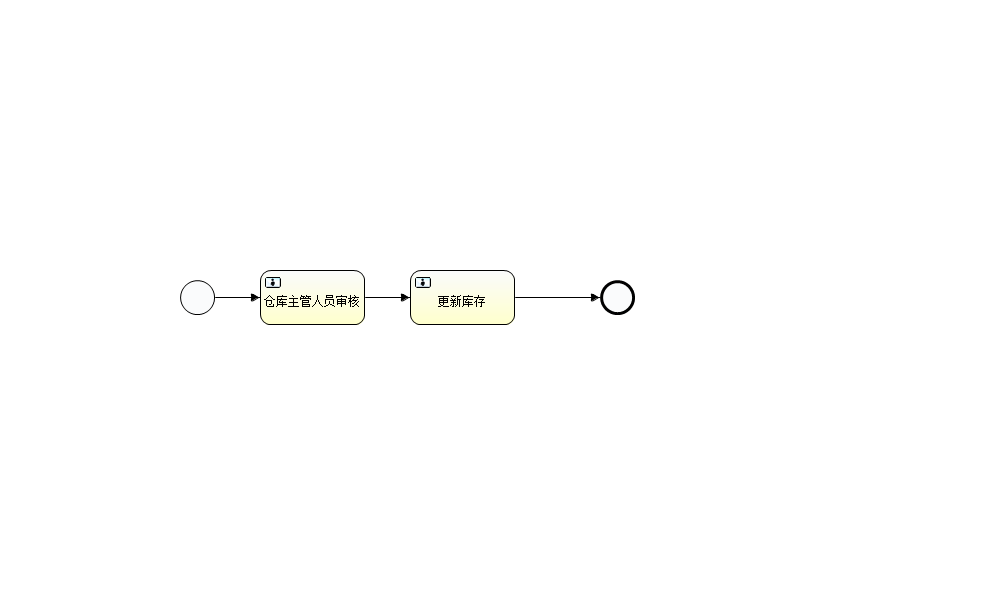
This is resources/activiti/mjnb/inventoryCheck.png from yangsiyu0016/zooland, a BPMN export, as it was before one commit. Its source is kept beside it as resources/activiti/mjnb/inventoryCheck.bpmn. Ids are renumbered.
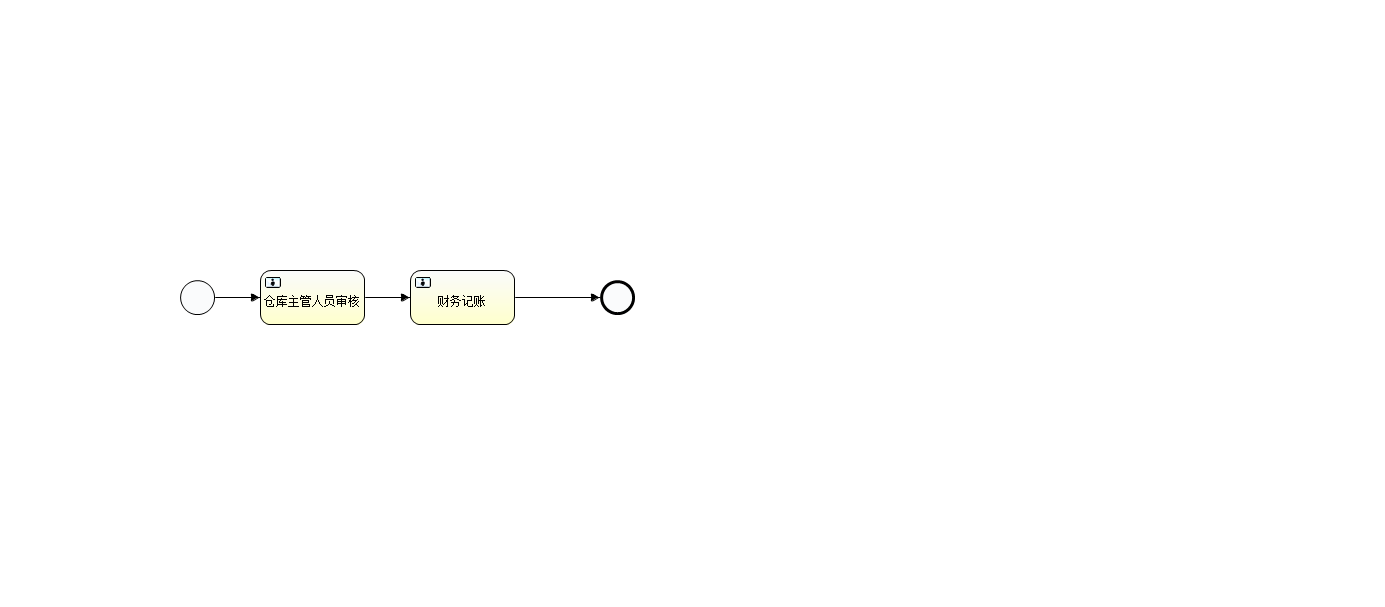
Above is the later version.

Diff of the diagram source:
```diff
@@ -1,6 +1,6 @@
 <definitions xmlns="http://www.omg.org/spec/BPMN/20100524/MODEL" xmlns:xsi="http://www.w3.org/2001/XMLSchema-instance" xmlns:xsd="http://www.w3.org/2001/XMLSchema" xmlns:activiti="http://activiti.org/bpmn" xmlns:bpmndi="http://www.omg.org/spec/BPMN/20100524/DI" xmlns:omgdc="http://www.omg.org/spec/DD/20100524/DC" xmlns:omgdi="http://www.omg.org/spec/DD/20100524/DI" typeLanguage="http://www.w3.org/2001/XMLSchema" expressionLanguage="http://www.w3.org/1999/XPath" targetNamespace="http://www.activiti.org/test">
-  <process id="myProcess" name="My process" isExecutable="true">
-    <startEvent id="startevent1" name="Start"></startEvent>
+  <process id="inventoryCheck" name="盘点流程" isExecutable="true">
+    <startEvent id="startevent1" name="Start" activiti:initiator="applyUserId"></startEvent>
     <userTask id="inventorycheckckzg" name="仓库主管人员审核">
       <extensionElements>
         <activiti:taskListener event="create" class="com.zoo.listener.activiti.InventoryCheckCKZGHandler"></activiti:taskListener>
@@ -8,7 +8,7 @@
       </extensionElements>
     </userTask>
     <sequenceFlow id="flow1" sourceRef="startevent1" targetRef="inventorycheckckzg"></sequenceFlow>
-    <userTask id="inventorycheckkg" name="更新库存">
+    <userTask id="inventorycheckkg" name="财务记账">
       <extensionElements>
         <activiti:taskListener event="create" class="com.zoo.listener.activiti.InventoryCheckGXKCHandler"></activiti:taskListener>
         <activiti:taskListener event="complete" class="com.zoo.listener.activiti.InventoryCheckGXKCCompleteHandler"></activiti:taskListener>
@@ -18,8 +18,8 @@
     <endEvent id="endevent1" name="End"></endEvent>
     <sequenceFlow id="flow3" sourceRef="inventorycheckkg" targetRef="endevent1"></sequenceFlow>
   </process>
-  <bpmndi:BPMNDiagram id="BPMNDiagram_myProcess">
-    <bpmndi:BPMNPlane bpmnElement="myProcess" id="BPMNPlane_myProcess">
+  <bpmndi:BPMNDiagram id="BPMNDiagram_inventoryCheck">
+    <bpmndi:BPMNPlane bpmnElement="inventoryCheck" id="BPMNPlane_inventoryCheck">
       <bpmndi:BPMNShape bpmnElement="startevent1" id="BPMNShape_startevent1">
         <omgdc:Bounds height="35.0" width="35.0" x="180.0" y="280.0"></omgdc:Bounds>
       </bpmndi:BPMNShape>
```
